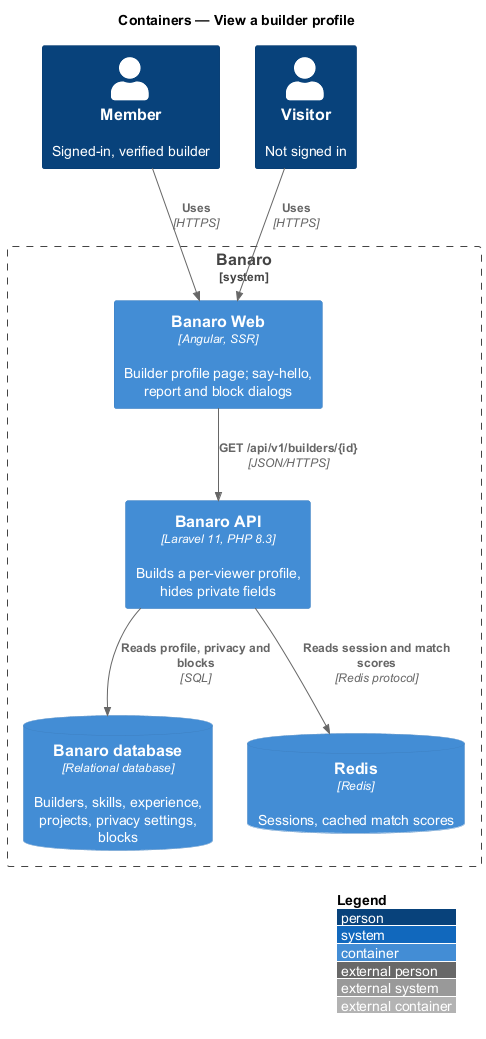
Before: docs/detailed-designs/directory/view-builder-profile/diagrams/c4-container.png, a diagram exported from PlantUML (QuinntyneBrown/banaro).
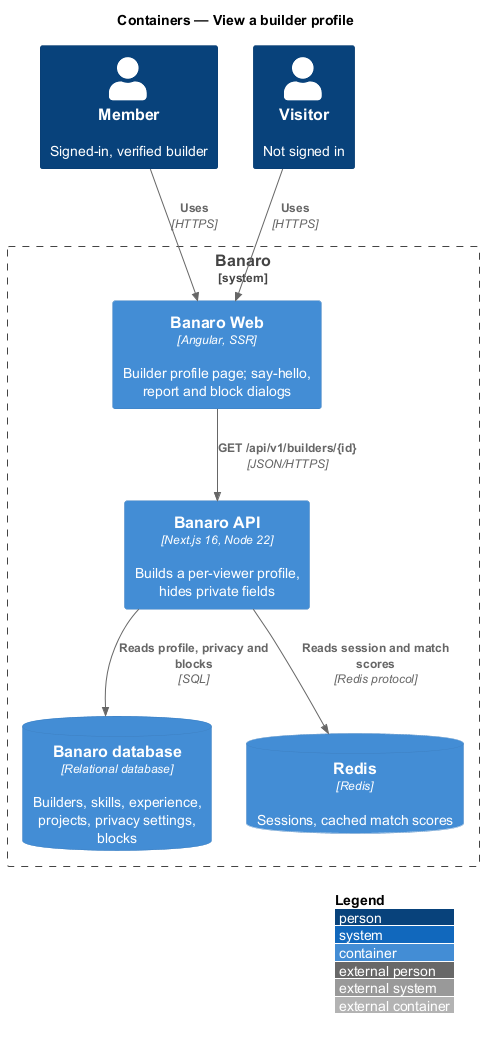
The same file after the commit.

The edit, as a diff of the source:
```diff
@@ -8,7 +8,7 @@
 
 System_Boundary(banaro, "Banaro") {
   Container(web, "Banaro Web", "Angular, SSR", "Builder profile page; say-hello, report and block dialogs")
-  Container(api, "Banaro API", "Laravel 11, PHP 8.3", "Builds a per-viewer profile, hides private fields")
+  Container(api, "Banaro API", "Next.js 16, Node 22", "Builds a per-viewer profile, hides private fields")
   ContainerDb(db, "Banaro database", "Relational database", "Builders, skills, experience, projects, privacy settings, blocks")
   ContainerDb(redis, "Redis", "Redis", "Sessions, cached match scores")
 }
```
